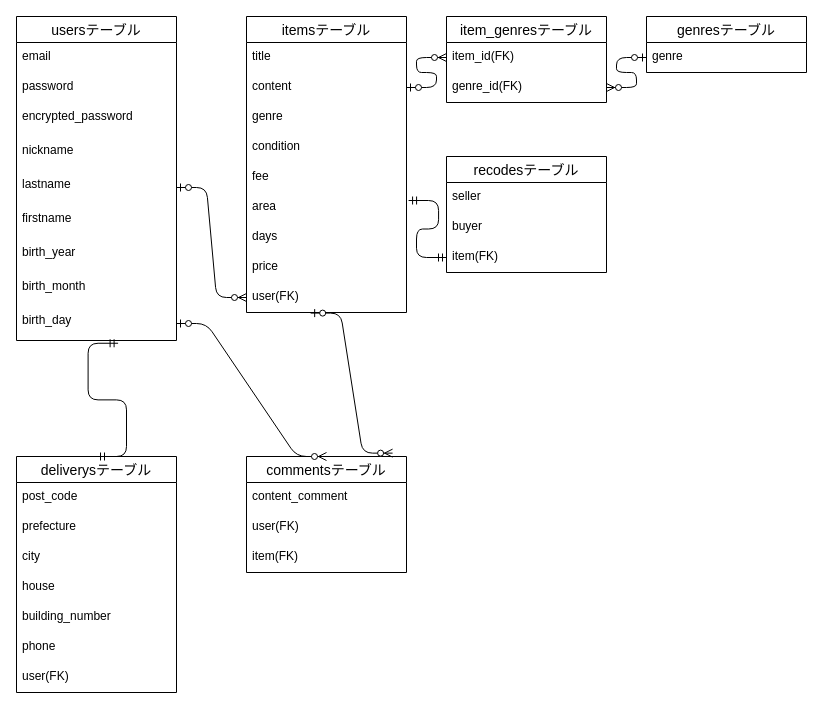
Earlier version of the draw.io diagram ER.dio (RitsukoOishi/furima-37549). Source tidied: cells renumbered, new cells numbered last; positions are measured from the earlier drawing's top-left corner, leaving out a move shared by most shapes. Both pictures are drawn from the tidied source at 100%, with x=0, y=0 at pixel (16, 16).
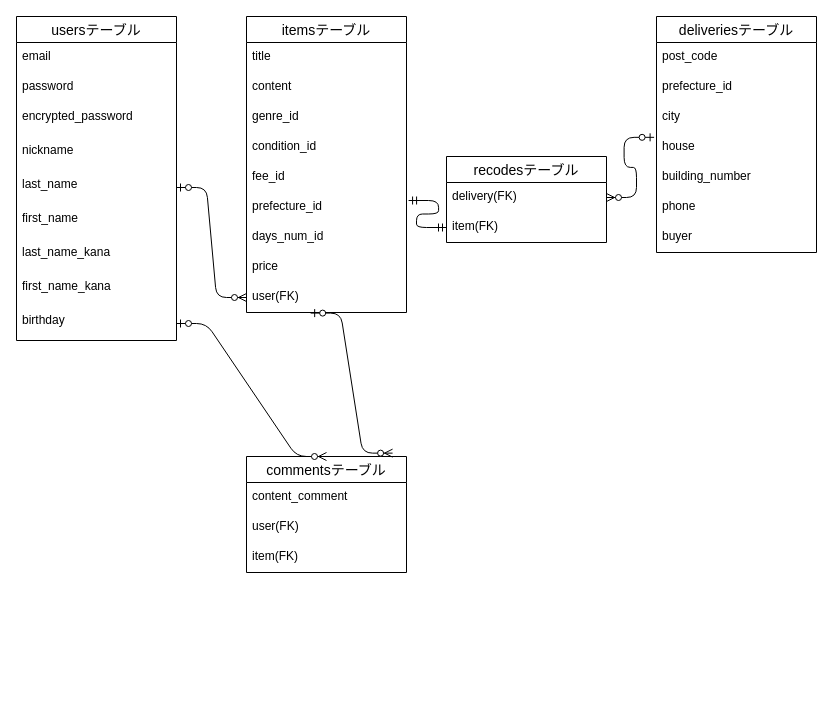
The same diagram, later.

Unchanged cells that the change refers to:
```xml
<mxCell id="2" value="usersテーブル" style="swimlane;fontStyle=0;horizontal=1;startSize=26;align=center;fontSize=14;" parent="1" vertex="1">
  <mxGeometry width="160" height="324" as="geometry" />
</mxCell>
<mxCell id="12" value="itemsテーブル" style="swimlane;fontStyle=0;horizontal=1;startSize=26;align=center;fontSize=14;" parent="1" vertex="1">
  <mxGeometry x="230" width="160" height="296" as="geometry" />
</mxCell>
<mxCell id="14" value="content" style="text;strokeColor=none;fillColor=none;spacingLeft=4;spacingRight=4;overflow=hidden;points=[[0,0.5],[1,0.5]];portConstraint=eastwest;fontSize=12;" parent="12" vertex="1">
  <mxGeometry y="56" width="160" height="30" as="geometry" />
</mxCell>
<mxCell id="40" value="house" style="text;strokeColor=none;fillColor=none;spacingLeft=4;spacingRight=4;overflow=hidden;points=[[0,0.5],[1,0.5]];portConstraint=eastwest;fontSize=12;" parent="36" vertex="1">
  <mxGeometry y="116" width="160" height="30" as="geometry" />
</mxCell>
```

What changed in the source:
```diff
@@
-    <mxCell id="7" value="lastname" style="text;strokeColor=none;fillColor=none;spacingLeft=4;spacingRight=4;overflow=hidden;points=[[0,0.5],[1,0.5]];portConstraint=eastwest;fontSize=12;" parent="2" vertex="1">
+    <mxCell id="7" value="last_name" style="text;strokeColor=none;fillColor=none;spacingLeft=4;spacingRight=4;overflow=hidden;points=[[0,0.5],[1,0.5]];portConstraint=eastwest;fontSize=12;" parent="2" vertex="1">
       <mxGeometry y="154" width="160" height="34" as="geometry" />
     </mxCell>
-    <mxCell id="8" value="firstname" style="text;strokeColor=none;fillColor=none;spacingLeft=4;spacingRight=4;overflow=hidden;fontSize=12;" parent="2" vertex="1">
+    <mxCell id="8" value="first_name" style="text;strokeColor=none;fillColor=none;spacingLeft=4;spacingRight=4;overflow=hidden;fontSize=12;" parent="2" vertex="1">
       <mxGeometry y="188" width="160" height="34" as="geometry" />
     </mxCell>
-    <mxCell id="9" value="birth_year" style="text;strokeColor=none;fillColor=none;spacingLeft=4;spacingRight=4;overflow=hidden;fontSize=12;" parent="2" vertex="1">
-      <mxGeometry y="222" width="160" height="34" as="geometry" />
-    </mxCell>
-    <mxCell id="10" value="birth_month" style="text;strokeColor=none;fillColor=none;spacingLeft=4;spacingRight=4;overflow=hidden;fontSize=12;" parent="2" vertex="1">
-      <mxGeometry y="256" width="160" height="34" as="geometry" />
-    </mxCell>
+    <mxCell id="50" value="last_name_kana" style="text;strokeColor=none;fillColor=none;spacingLeft=4;spacingRight=4;overflow=hidden;fontSize=12;" parent="2" vertex="1">
+      <mxGeometry y="222" width="160" height="34" as="geometry" />
+    </mxCell>
+    <mxCell id="51" value="first_name_kana" style="text;strokeColor=none;fillColor=none;spacingLeft=4;spacingRight=4;overflow=hidden;fontSize=12;" parent="2" vertex="1">
+      <mxGeometry y="256" width="160" height="34" as="geometry" />
+    </mxCell>
-    <mxCell id="11" value="birth_day" style="text;strokeColor=none;fillColor=none;spacingLeft=4;spacingRight=4;overflow=hidden;points=[[0,0.5],[1,0.5]];portConstraint=eastwest;fontSize=12;" parent="2" vertex="1">
+    <mxCell id="11" value="birthday" style="text;strokeColor=none;fillColor=none;spacingLeft=4;spacingRight=4;overflow=hidden;points=[[0,0.5],[1,0.5]];portConstraint=eastwest;fontSize=12;" parent="2" vertex="1">
       <mxGeometry y="290" width="160" height="34" as="geometry" />
     </mxCell>
@@
-    <mxCell id="15" value="genre" style="text;strokeColor=none;fillColor=none;spacingLeft=4;spacingRight=4;overflow=hidden;fontSize=12;" parent="12" vertex="1">
+    <mxCell id="15" value="genre_id" style="text;strokeColor=none;fillColor=none;spacingLeft=4;spacingRight=4;overflow=hidden;fontSize=12;" parent="12" vertex="1">
       <mxGeometry y="86" width="160" height="30" as="geometry" />
     </mxCell>
-    <mxCell id="16" value="condition" style="text;strokeColor=none;fillColor=none;spacingLeft=4;spacingRight=4;overflow=hidden;fontSize=12;" parent="12" vertex="1">
+    <mxCell id="16" value="condition_id" style="text;strokeColor=none;fillColor=none;spacingLeft=4;spacingRight=4;overflow=hidden;fontSize=12;" parent="12" vertex="1">
       <mxGeometry y="116" width="160" height="30" as="geometry" />
     </mxCell>
-    <mxCell id="17" value="fee" style="text;strokeColor=none;fillColor=none;spacingLeft=4;spacingRight=4;overflow=hidden;fontSize=12;" parent="12" vertex="1">
+    <mxCell id="17" value="fee_id" style="text;strokeColor=none;fillColor=none;spacingLeft=4;spacingRight=4;overflow=hidden;fontSize=12;" parent="12" vertex="1">
       <mxGeometry y="146" width="160" height="30" as="geometry" />
     </mxCell>
-    <mxCell id="18" value="area" style="text;strokeColor=none;fillColor=none;spacingLeft=4;spacingRight=4;overflow=hidden;points=[[0,0.5],[1,0.5]];portConstraint=eastwest;fontSize=12;" parent="12" vertex="1">
+    <mxCell id="18" value="prefecture_id" style="text;strokeColor=none;fillColor=none;spacingLeft=4;spacingRight=4;overflow=hidden;points=[[0,0.5],[1,0.5]];portConstraint=eastwest;fontSize=12;" parent="12" vertex="1">
       <mxGeometry y="176" width="160" height="30" as="geometry" />
     </mxCell>
-    <mxCell id="19" value="days" style="text;strokeColor=none;fillColor=none;spacingLeft=4;spacingRight=4;overflow=hidden;fontSize=12;" parent="12" vertex="1">
+    <mxCell id="19" value="days_num_id" style="text;strokeColor=none;fillColor=none;spacingLeft=4;spacingRight=4;overflow=hidden;fontSize=12;" parent="12" vertex="1">
       <mxGeometry y="206" width="160" height="30" as="geometry" />
     </mxCell>
@@
-    <mxCell id="28" value="item_genresテーブル" style="swimlane;fontStyle=0;horizontal=1;startSize=26;align=center;fontSize=14;" parent="1" vertex="1">
-      <mxGeometry x="430" width="160" height="86" as="geometry" />
-    </mxCell>
-    <mxCell id="29" value="item_id(FK)" style="text;strokeColor=none;fillColor=none;spacingLeft=4;spacingRight=4;overflow=hidden;points=[[0,0.5],[1,0.5]];portConstraint=eastwest;fontSize=12;" parent="28" vertex="1">
-      <mxGeometry y="26" width="160" height="30" as="geometry" />
-    </mxCell>
-    <mxCell id="30" value="genre_id(FK)" style="text;strokeColor=none;fillColor=none;spacingLeft=4;spacingRight=4;overflow=hidden;points=[[0,0.5],[1,0.5]];portConstraint=eastwest;fontSize=12;" parent="28" vertex="1">
-      <mxGeometry y="56" width="160" height="30" as="geometry" />
-    </mxCell>
-    <mxCell id="31" value="genresテーブル" style="swimlane;fontStyle=0;horizontal=1;startSize=26;align=center;fontSize=14;" parent="1" vertex="1">
-      <mxGeometry x="630" width="160" height="56" as="geometry" />
-    </mxCell>
-    <mxCell id="32" value="genre" style="text;strokeColor=none;fillColor=none;spacingLeft=4;spacingRight=4;overflow=hidden;points=[[0,0.5],[1,0.5]];portConstraint=eastwest;fontSize=12;" parent="31" vertex="1">
-      <mxGeometry y="26" width="160" height="30" as="geometry" />
-    </mxCell>
-    <mxCell id="33" style="edgeStyle=entityRelationEdgeStyle;fontSize=12;html=1;endArrow=ERzeroToMany;startArrow=ERzeroToOne;exitX=1;exitY=0.5;exitDx=0;exitDy=0;entryX=0;entryY=0.5;entryDx=0;entryDy=0;" parent="1" edge="1" source="14" target="29">
-      <mxGeometry relative="1" as="geometry" />
-    </mxCell>
-    <mxCell id="34" style="edgeStyle=entityRelationEdgeStyle;fontSize=12;html=1;endArrow=ERzeroToMany;startArrow=ERzeroToOne;exitX=0;exitY=0.5;exitDx=0;exitDy=0;entryX=1;entryY=0.5;entryDx=0;entryDy=0;" parent="1" edge="1" source="32" target="30">
-      <mxGeometry relative="1" as="geometry" />
-    </mxCell>
@@
-    <mxCell id="36" value="deliverysテーブル" style="swimlane;fontStyle=0;horizontal=1;startSize=26;align=center;fontSize=14;" parent="1" vertex="1">
-      <mxGeometry y="440" width="160" height="236" as="geometry" />
+    <mxCell id="36" value="deliveriesテーブル" style="swimlane;fontStyle=0;horizontal=1;startSize=26;align=center;fontSize=14;" parent="1" vertex="1">
+      <mxGeometry x="640" width="160" height="236" as="geometry" />
     </mxCell>
@@
-    <mxCell id="38" value="prefecture" style="text;strokeColor=none;fillColor=none;spacingLeft=4;spacingRight=4;overflow=hidden;fontSize=12;" parent="36" vertex="1">
+    <mxCell id="38" value="prefecture_id" style="text;strokeColor=none;fillColor=none;spacingLeft=4;spacingRight=4;overflow=hidden;fontSize=12;" parent="36" vertex="1">
       <mxGeometry y="56" width="160" height="30" as="geometry" />
     </mxCell>
@@
-    <mxCell id="43" value="user(FK)" style="text;strokeColor=none;fillColor=none;spacingLeft=4;spacingRight=4;overflow=hidden;fontSize=12;" parent="36" vertex="1">
+    <mxCell id="43" value="buyer" style="text;strokeColor=none;fillColor=none;spacingLeft=4;spacingRight=4;overflow=hidden;fontSize=12;" parent="36" vertex="1">
       <mxGeometry y="206" width="160" height="30" as="geometry" />
     </mxCell>
-    <mxCell id="44" style="edgeStyle=entityRelationEdgeStyle;fontSize=12;html=1;endArrow=ERmandOne;startArrow=ERmandOne;entryX=0.635;entryY=1.081;entryDx=0;entryDy=0;entryPerimeter=0;exitX=0.5;exitY=0;exitDx=0;exitDy=0;" parent="1" edge="1" source="36" target="11">
-      <mxGeometry relative="1" as="geometry" />
-    </mxCell>
     <mxCell id="45" value="recodesテーブル" style="swimlane;fontStyle=0;horizontal=1;startSize=26;align=center;fontSize=14;" parent="1" vertex="1">
-      <mxGeometry x="430" y="140" width="160" height="116" as="geometry" />
+      <mxGeometry x="430" y="140" width="160" height="86" as="geometry" />
     </mxCell>
-    <mxCell id="46" value="seller" style="text;strokeColor=none;fillColor=none;spacingLeft=4;spacingRight=4;overflow=hidden;fontSize=12;" parent="45" vertex="1">
-      <mxGeometry y="26" width="160" height="30" as="geometry" />
-    </mxCell>
-    <mxCell id="47" value="buyer" style="text;strokeColor=none;fillColor=none;spacingLeft=4;spacingRight=4;overflow=hidden;points=[[0,0.5],[1,0.5]];portConstraint=eastwest;fontSize=12;" parent="45" vertex="1">
-      <mxGeometry y="56" width="160" height="30" as="geometry" />
+    <mxCell id="47" value="delivery(FK)" style="text;strokeColor=none;fillColor=none;spacingLeft=4;spacingRight=4;overflow=hidden;points=[[0,0.5],[1,0.5]];portConstraint=eastwest;fontSize=12;" parent="45" vertex="1">
+      <mxGeometry y="26" width="160" height="30" as="geometry" />
     </mxCell>
     <mxCell id="48" value="item(FK)" style="text;strokeColor=none;fillColor=none;spacingLeft=4;spacingRight=4;overflow=hidden;points=[[0,0.5],[1,0.5]];portConstraint=eastwest;fontSize=12;" parent="45" vertex="1">
-      <mxGeometry y="86" width="160" height="30" as="geometry" />
+      <mxGeometry y="56" width="160" height="30" as="geometry" />
     </mxCell>
@@
+    <mxCell id="52" style="edgeStyle=entityRelationEdgeStyle;fontSize=12;html=1;endArrow=ERzeroToMany;startArrow=ERzeroToOne;exitX=-0.015;exitY=0.161;exitDx=0;exitDy=0;entryX=1;entryY=0.5;entryDx=0;entryDy=0;exitPerimeter=0;" parent="1" edge="1" source="40" target="47">
+      <mxGeometry relative="1" as="geometry" />
+    </mxCell>
```
